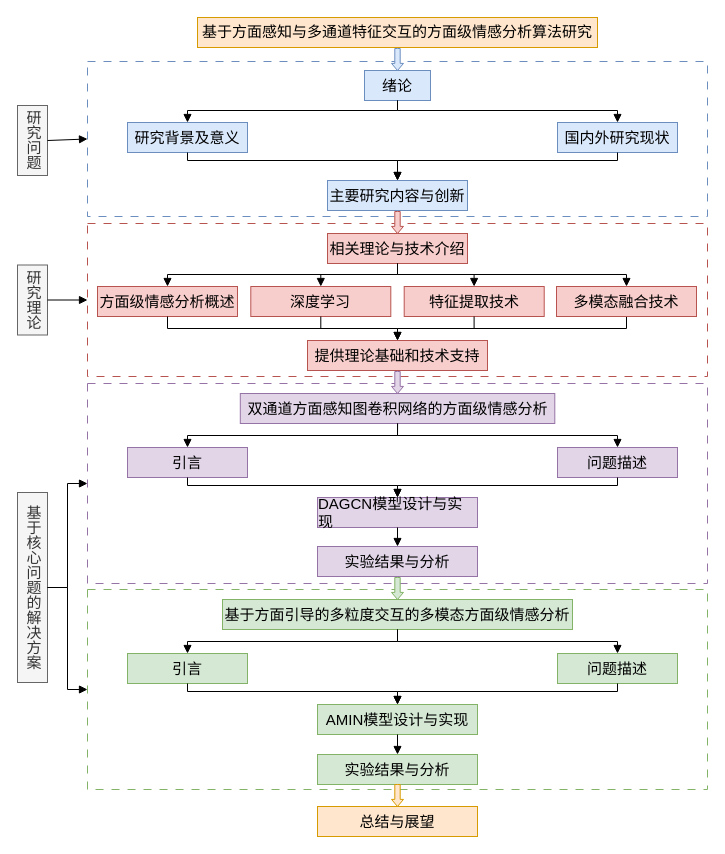
Earlier version of the draw.io diagram machine-learning/organizationStructure.drawio (zhaicao/images). Source tidied: cells renumbered, new cells numbered last; positions are measured from the earlier drawing's top-left corner, leaving out a move shared by most shapes. Both pictures are drawn from the tidied source at 100%, with x=0, y=0 at pixel (17, 17).
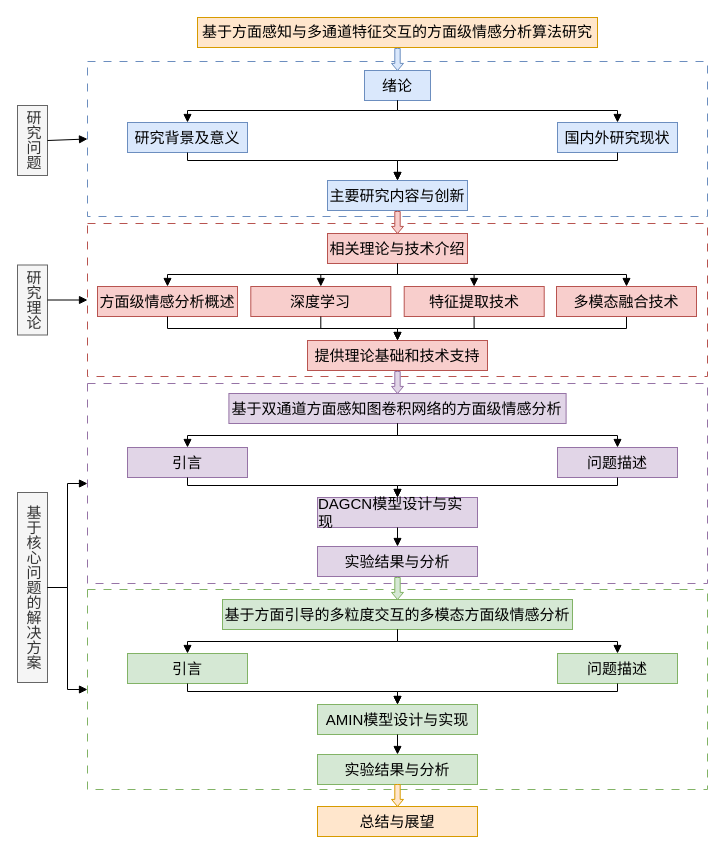
The same page after the edit.

The edit, as a diff of the source:
```diff
@@
-    <mxCell id="14" value="&lt;div style=&quot;text-align: left;&quot;&gt;&lt;span style=&quot;background-color: transparent; color: light-dark(rgb(0, 0, 0), rgb(255, 255, 255));&quot;&gt;&lt;font face=&quot;黑体&quot;&gt;双通道方面感知图卷积网络的方面级情感分析&lt;/font&gt;&lt;/span&gt;&lt;/div&gt;" style="rounded=0;whiteSpace=wrap;html=1;fontSize=15;fillColor=#e1d5e7;strokeColor=#9673a6;" parent="1" vertex="1">
-      <mxGeometry x="222.8" y="376" width="314.5" height="30" as="geometry" />
+    <mxCell id="14" value="&lt;div style=&quot;text-align: left;&quot;&gt;&lt;span style=&quot;background-color: transparent; color: light-dark(rgb(0, 0, 0), rgb(255, 255, 255));&quot;&gt;&lt;font face=&quot;黑体&quot;&gt;基于双通道方面感知图卷积网络的方面级情感分析&lt;/font&gt;&lt;/span&gt;&lt;/div&gt;" style="rounded=0;whiteSpace=wrap;html=1;fontSize=15;fillColor=#e1d5e7;strokeColor=#9673a6;" parent="1" vertex="1">
+      <mxGeometry x="211.4" y="376" width="337.2" height="30" as="geometry" />
     </mxCell>
```
